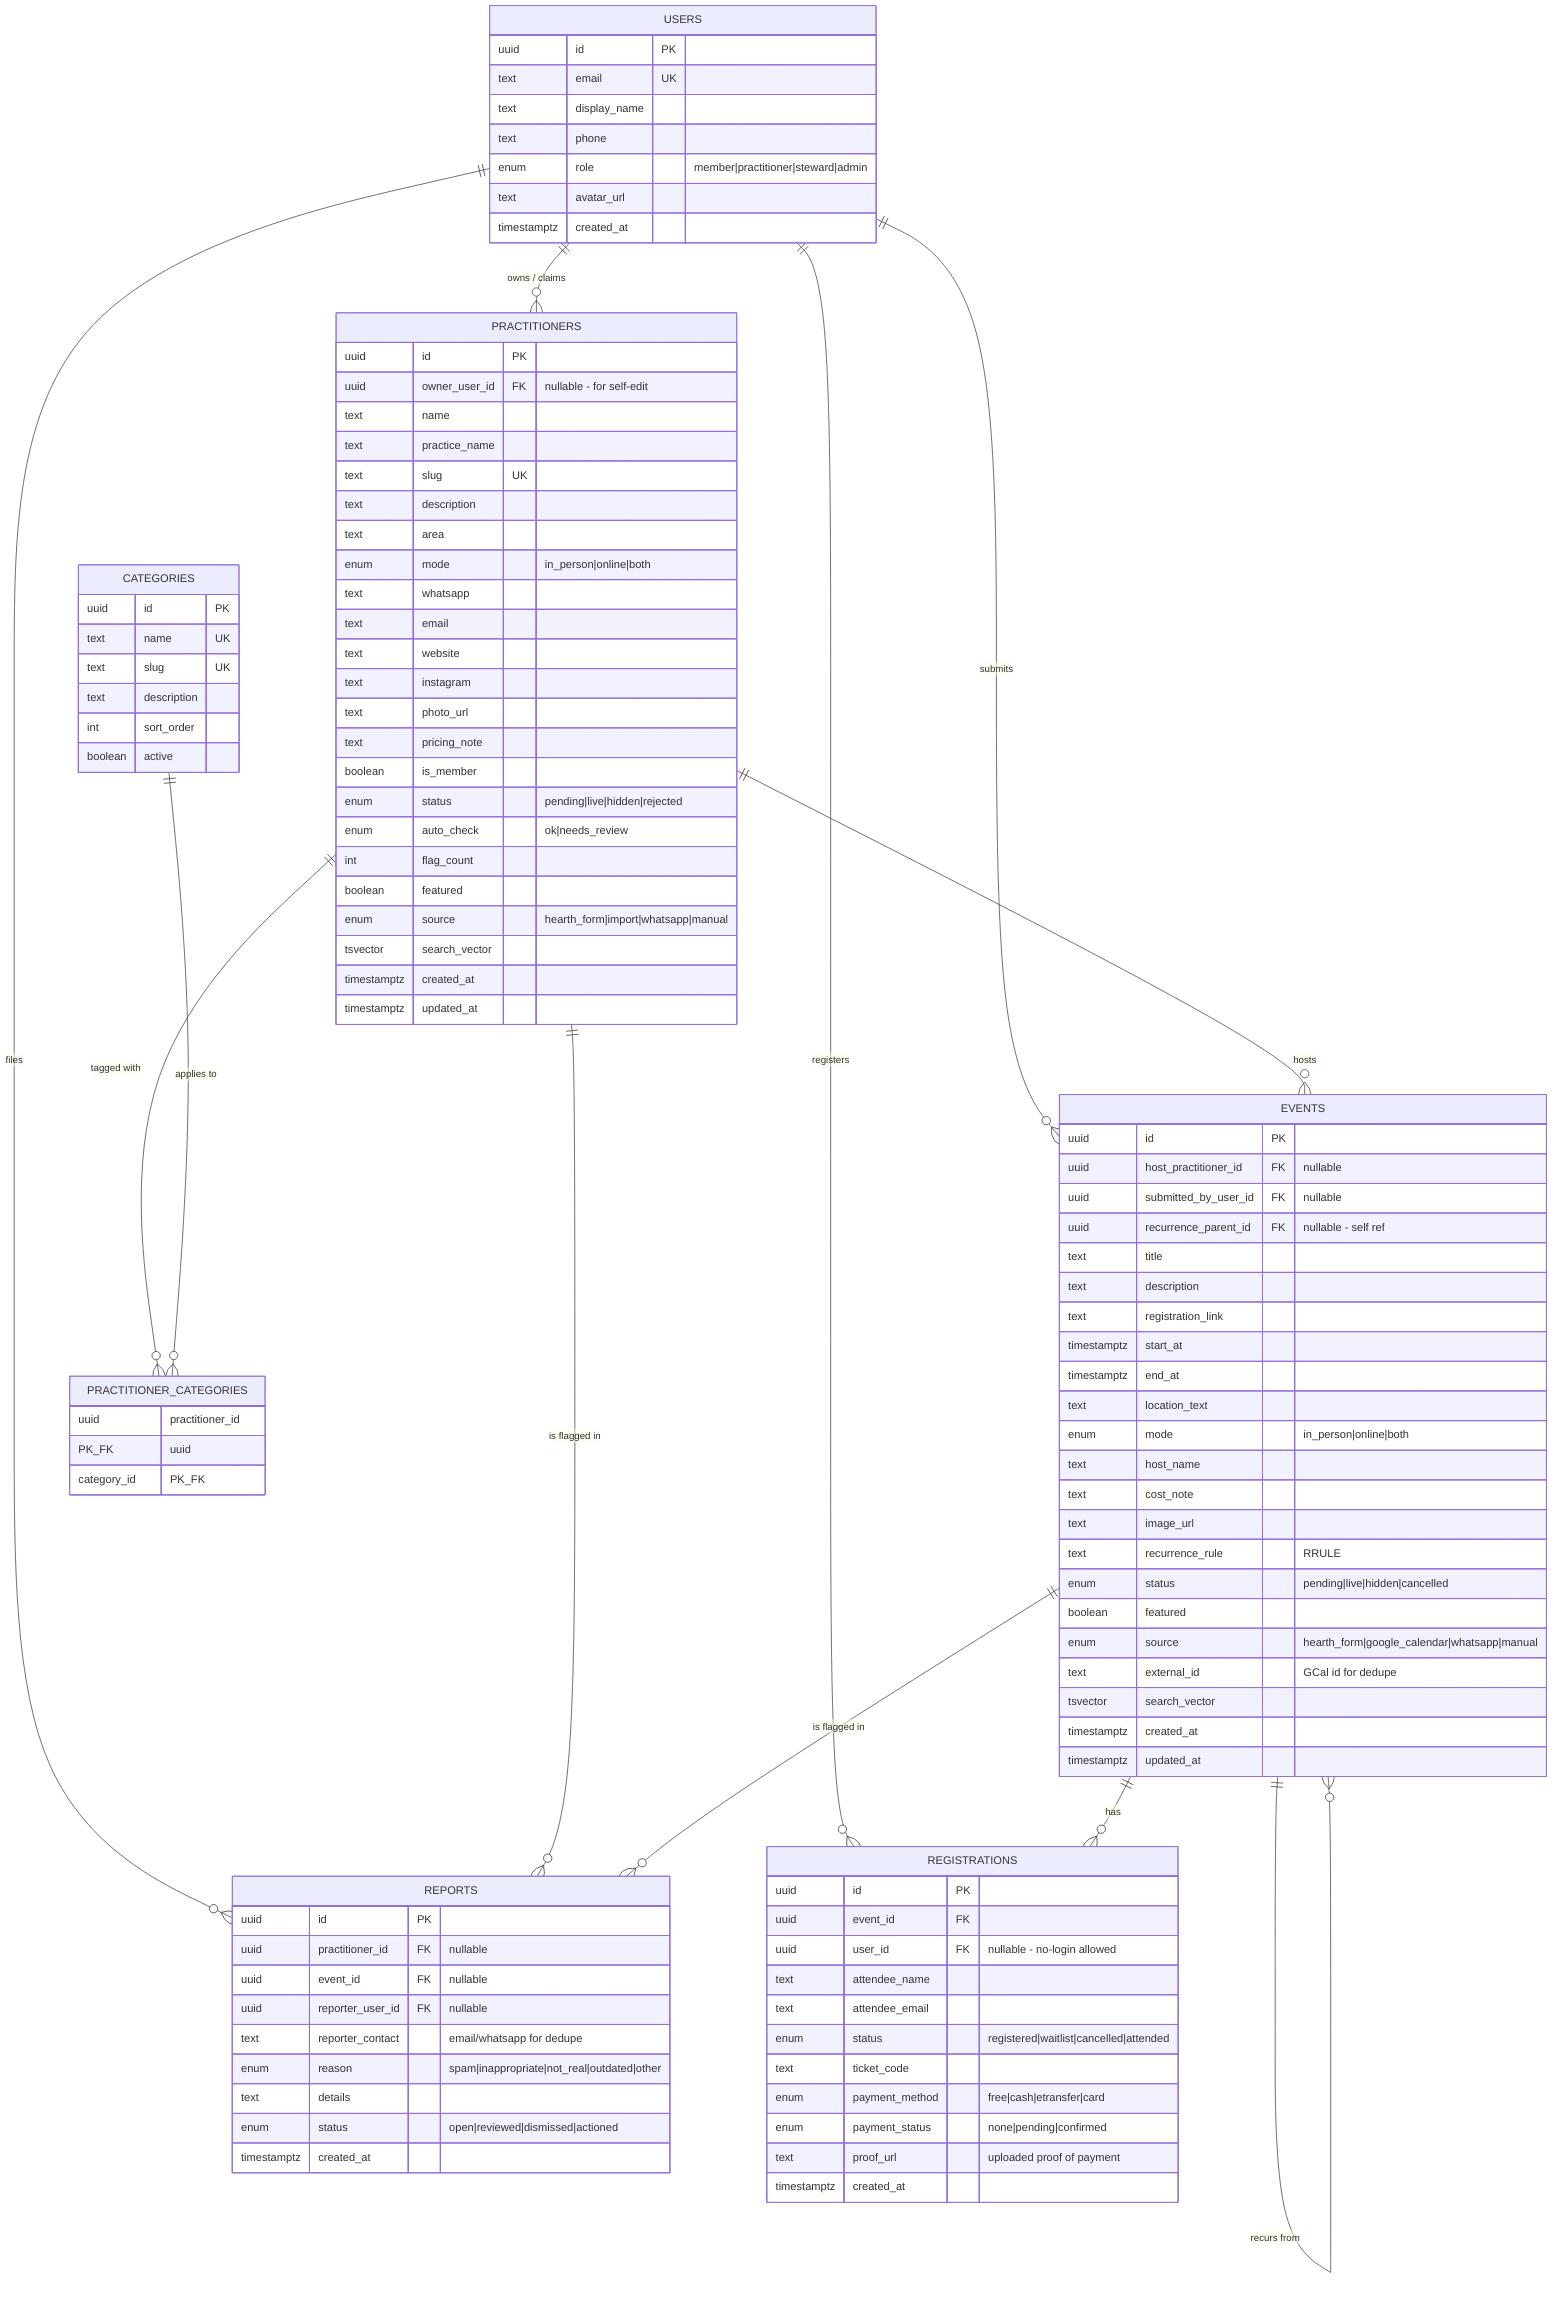
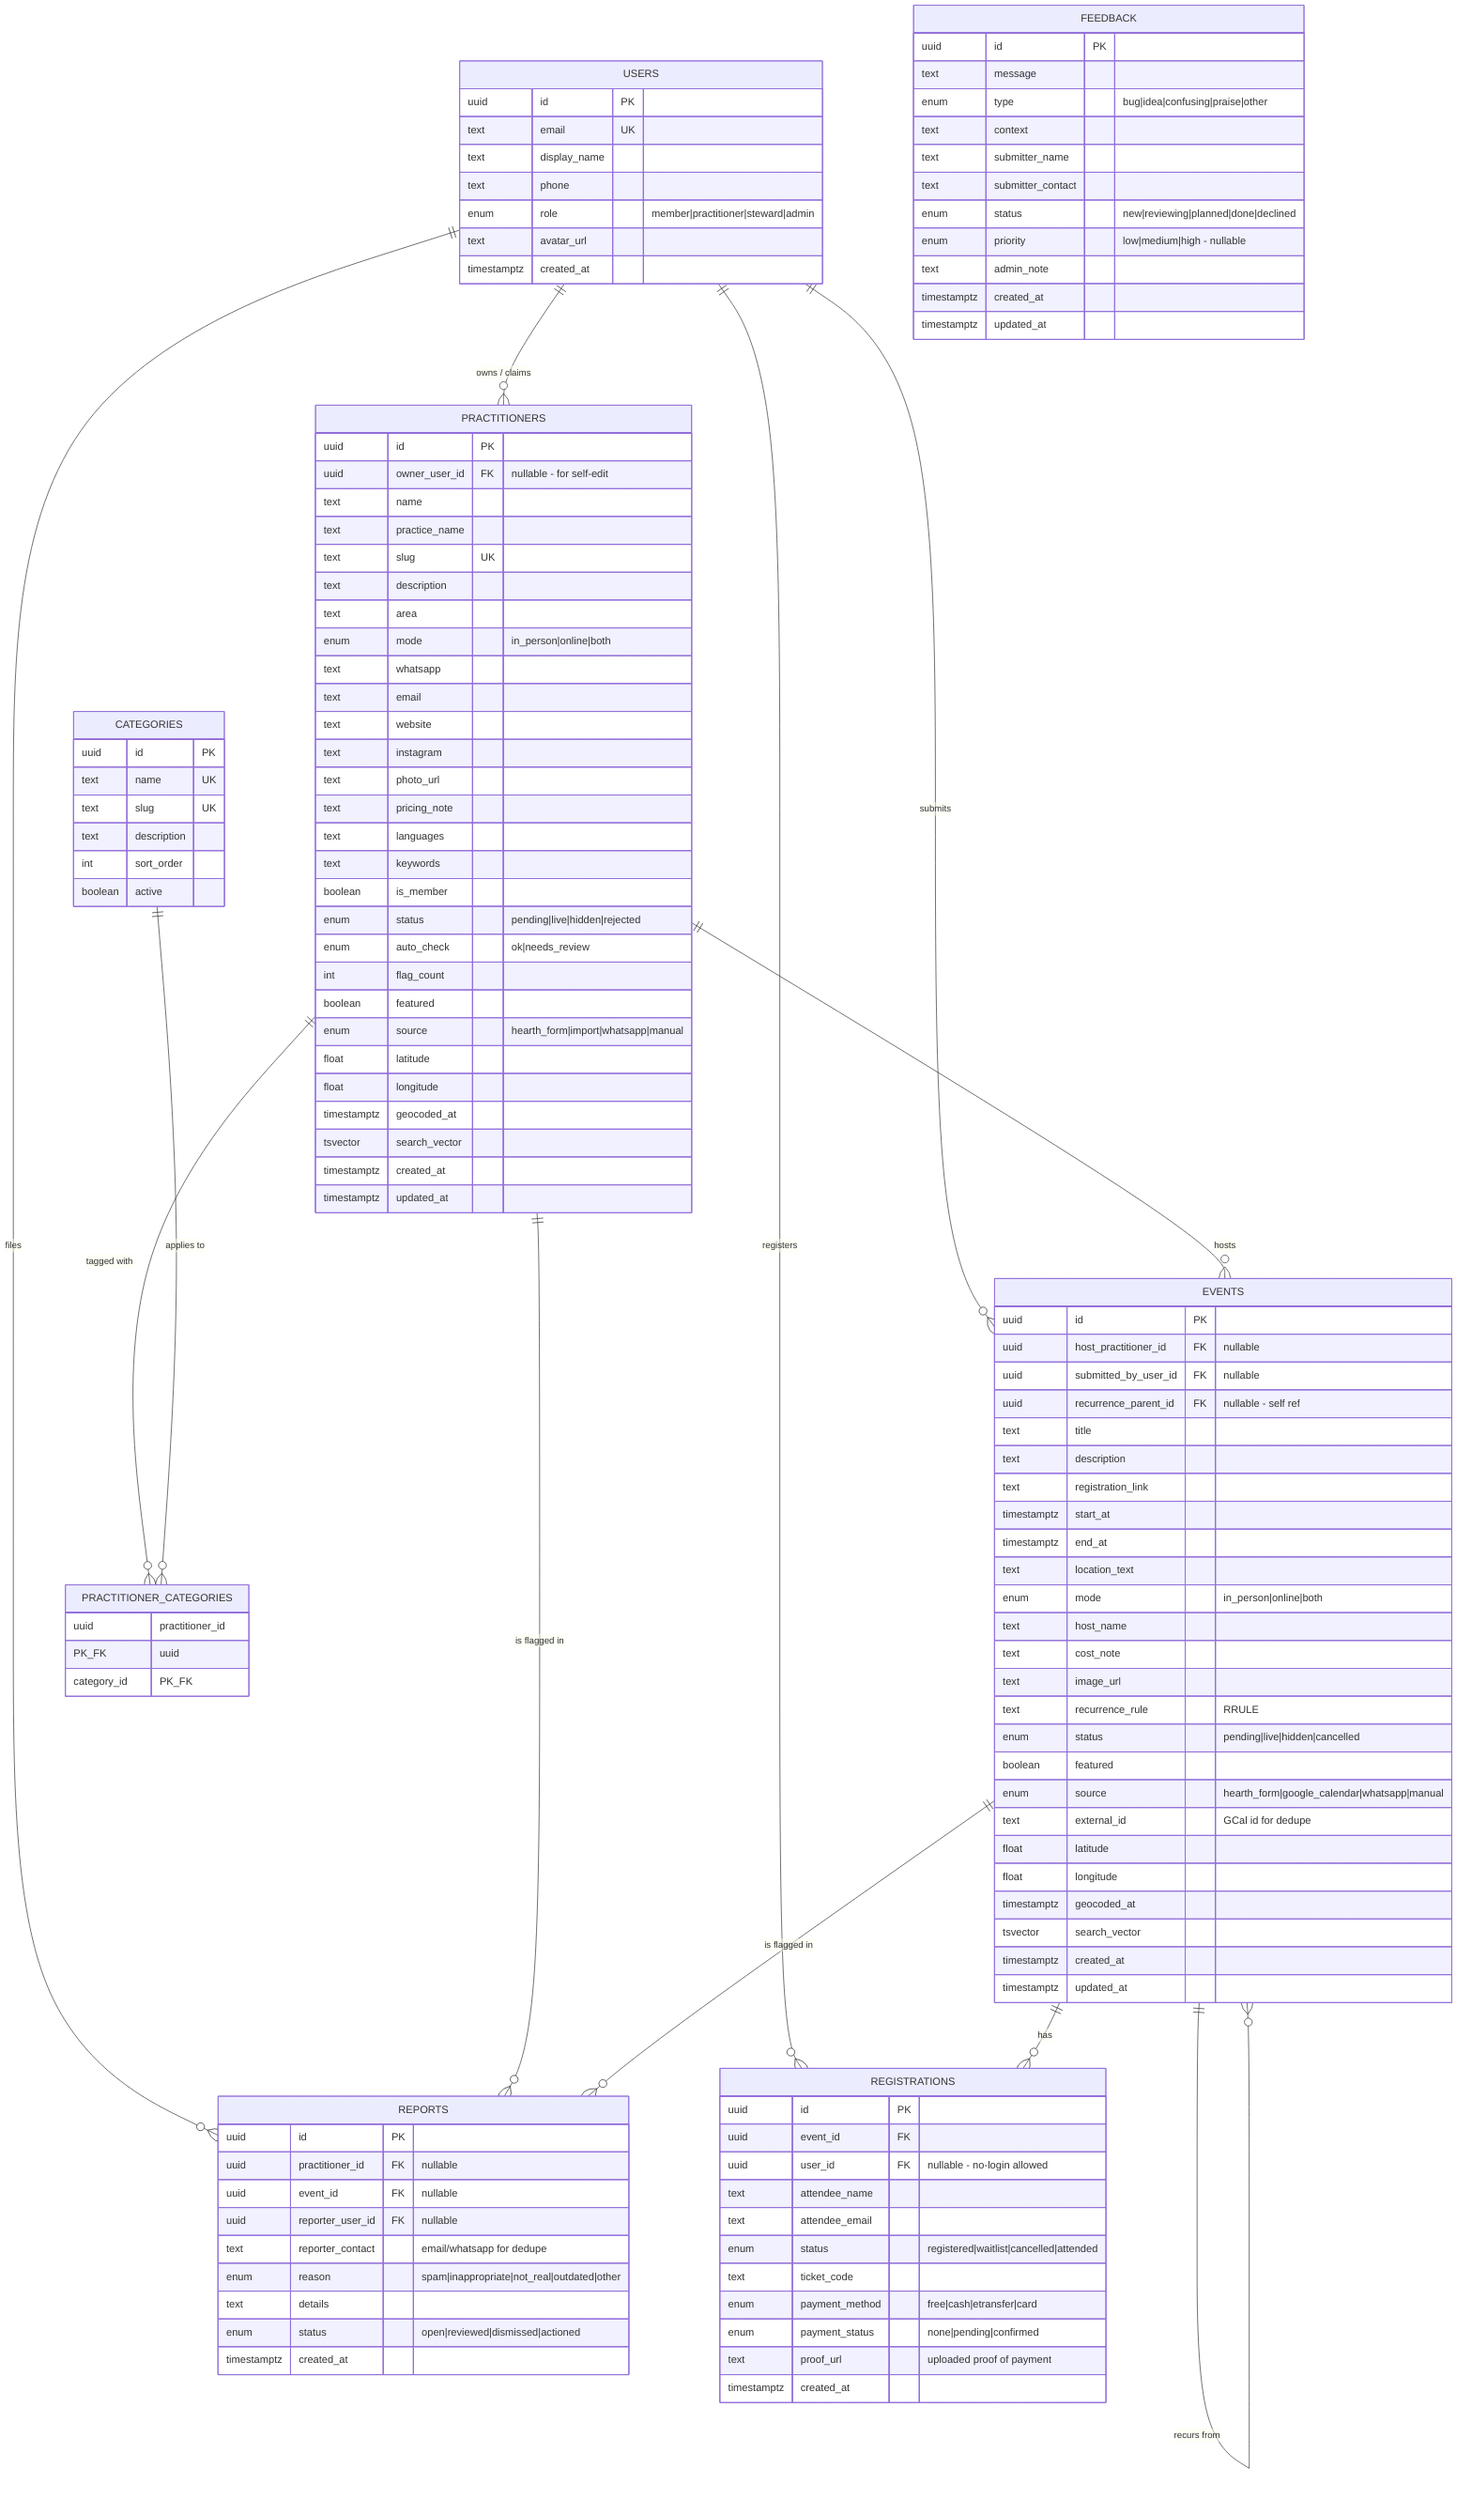
erDiagram
    USERS ||--o{ PRACTITIONERS : "owns / claims"
    USERS ||--o{ EVENTS : "submits"
    USERS ||--o{ REPORTS : "files"
    USERS ||--o{ REGISTRATIONS : "registers"
    PRACTITIONERS ||--o{ PRACTITIONER_CATEGORIES : "tagged with"
    CATEGORIES ||--o{ PRACTITIONER_CATEGORIES : "applies to"
    PRACTITIONERS ||--o{ EVENTS : "hosts"
    PRACTITIONERS ||--o{ REPORTS : "is flagged in"
    EVENTS ||--o{ REPORTS : "is flagged in"
    EVENTS ||--o{ REGISTRATIONS : "has"
    EVENTS ||--o{ EVENTS : "recurs from"

    USERS {
        uuid id PK
        text email UK
        text display_name
        text phone
        enum role "member|practitioner|steward|admin"
        text avatar_url
        timestamptz created_at
    }

    PRACTITIONERS {
        uuid id PK
        uuid owner_user_id FK "nullable - for self-edit"
        text name
        text practice_name
        text slug UK
        text description
        text area
        enum mode "in_person|online|both"
        text whatsapp
        text email
        text website
        text instagram
        text photo_url
        text pricing_note
+         text languages
+         text keywords
        boolean is_member
        enum status "pending|live|hidden|rejected"
        enum auto_check "ok|needs_review"
        int flag_count
        boolean featured
        enum source "hearth_form|import|whatsapp|manual"
+         float latitude
+         float longitude
+         timestamptz geocoded_at
        tsvector search_vector
        timestamptz created_at
        timestamptz updated_at
    }

    CATEGORIES {
        uuid id PK
        text name UK
        text slug UK
        text description
        int sort_order
        boolean active
    }

    PRACTITIONER_CATEGORIES {
        uuid practitioner_id PK_FK
        uuid category_id PK_FK
    }

    EVENTS {
        uuid id PK
        uuid host_practitioner_id FK "nullable"
        uuid submitted_by_user_id FK "nullable"
        uuid recurrence_parent_id FK "nullable - self ref"
        text title
        text description
        text registration_link
        timestamptz start_at
        timestamptz end_at
        text location_text
        enum mode "in_person|online|both"
        text host_name
        text cost_note
        text image_url
        text recurrence_rule "RRULE"
        enum status "pending|live|hidden|cancelled"
        boolean featured
        enum source "hearth_form|google_calendar|whatsapp|manual"
        text external_id "GCal id for dedupe"
+         float latitude
+         float longitude
+         timestamptz geocoded_at
        tsvector search_vector
        timestamptz created_at
        timestamptz updated_at
    }

    REPORTS {
        uuid id PK
        uuid practitioner_id FK "nullable"
        uuid event_id FK "nullable"
        uuid reporter_user_id FK "nullable"
        text reporter_contact "email/whatsapp for dedupe"
        enum reason "spam|inappropriate|not_real|outdated|other"
        text details
        enum status "open|reviewed|dismissed|actioned"
        timestamptz created_at
    }

    REGISTRATIONS {
        uuid id PK
        uuid event_id FK
        uuid user_id FK "nullable - no-login allowed"
        text attendee_name
        text attendee_email
        enum status "registered|waitlist|cancelled|attended"
        text ticket_code
        enum payment_method "free|cash|etransfer|card"
        enum payment_status "none|pending|confirmed"
        text proof_url "uploaded proof of payment"
        timestamptz created_at
    }
+ 
+     FEEDBACK {
+         uuid id PK
+         text message
+         enum type "bug|idea|confusing|praise|other"
+         text context
+         text submitter_name
+         text submitter_contact
+         enum status "new|reviewing|planned|done|declined"
+         enum priority "low|medium|high - nullable"
+         text admin_note
+         timestamptz created_at
+         timestamptz updated_at
+     }
